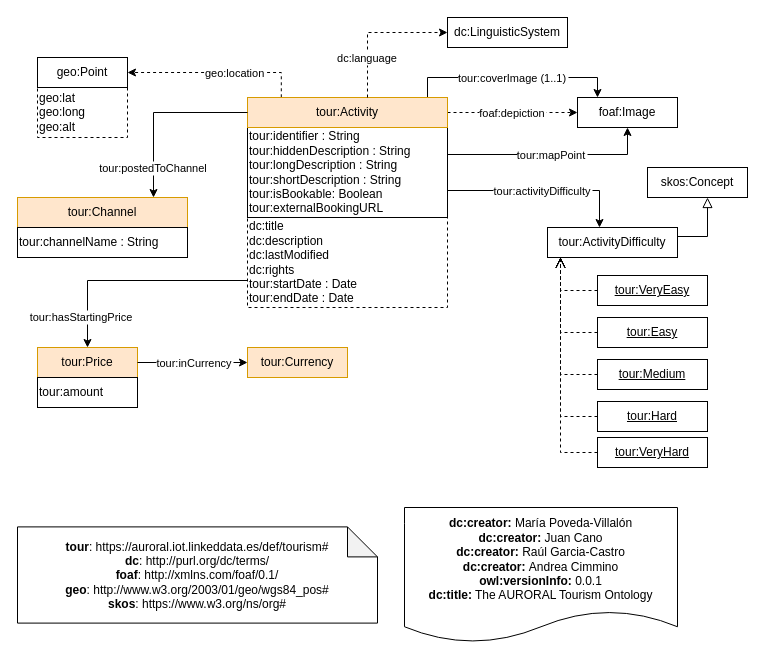
Above: diagrams/tourism.drawio in oeg-upm/auroral-tourism-ontology (draw.io), before the change. Source tidied: cells renumbered, new cells numbered last; positions are measured from the earlier drawing's top-left corner, leaving out a move shared by most shapes. Both pictures are drawn from the tidied source at 100%, with x=0, y=0 at pixel (17, 17).
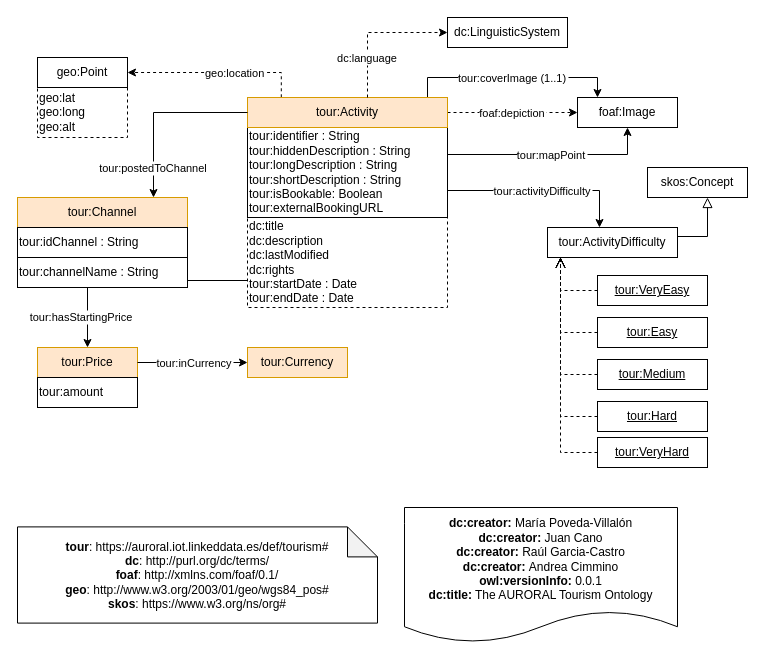
After the change.

The edit, as a diff of the source:
```diff
@@
-    <mxCell id="18" value="tour:channelName : String" style="rounded=0;whiteSpace=wrap;html=1;align=left;" parent="1" vertex="1">
+    <mxCell id="18" value="tour:idChannel : String" style="rounded=0;whiteSpace=wrap;html=1;align=left;" parent="1" vertex="1">
       <mxGeometry y="210" width="170" height="30" as="geometry" />
     </mxCell>
@@
+    <mxCell id="38" value="tour:channelName : String" style="rounded=0;whiteSpace=wrap;html=1;align=left;" parent="1" vertex="1">
+      <mxGeometry y="240" width="170" height="30" as="geometry" />
+    </mxCell>
```
